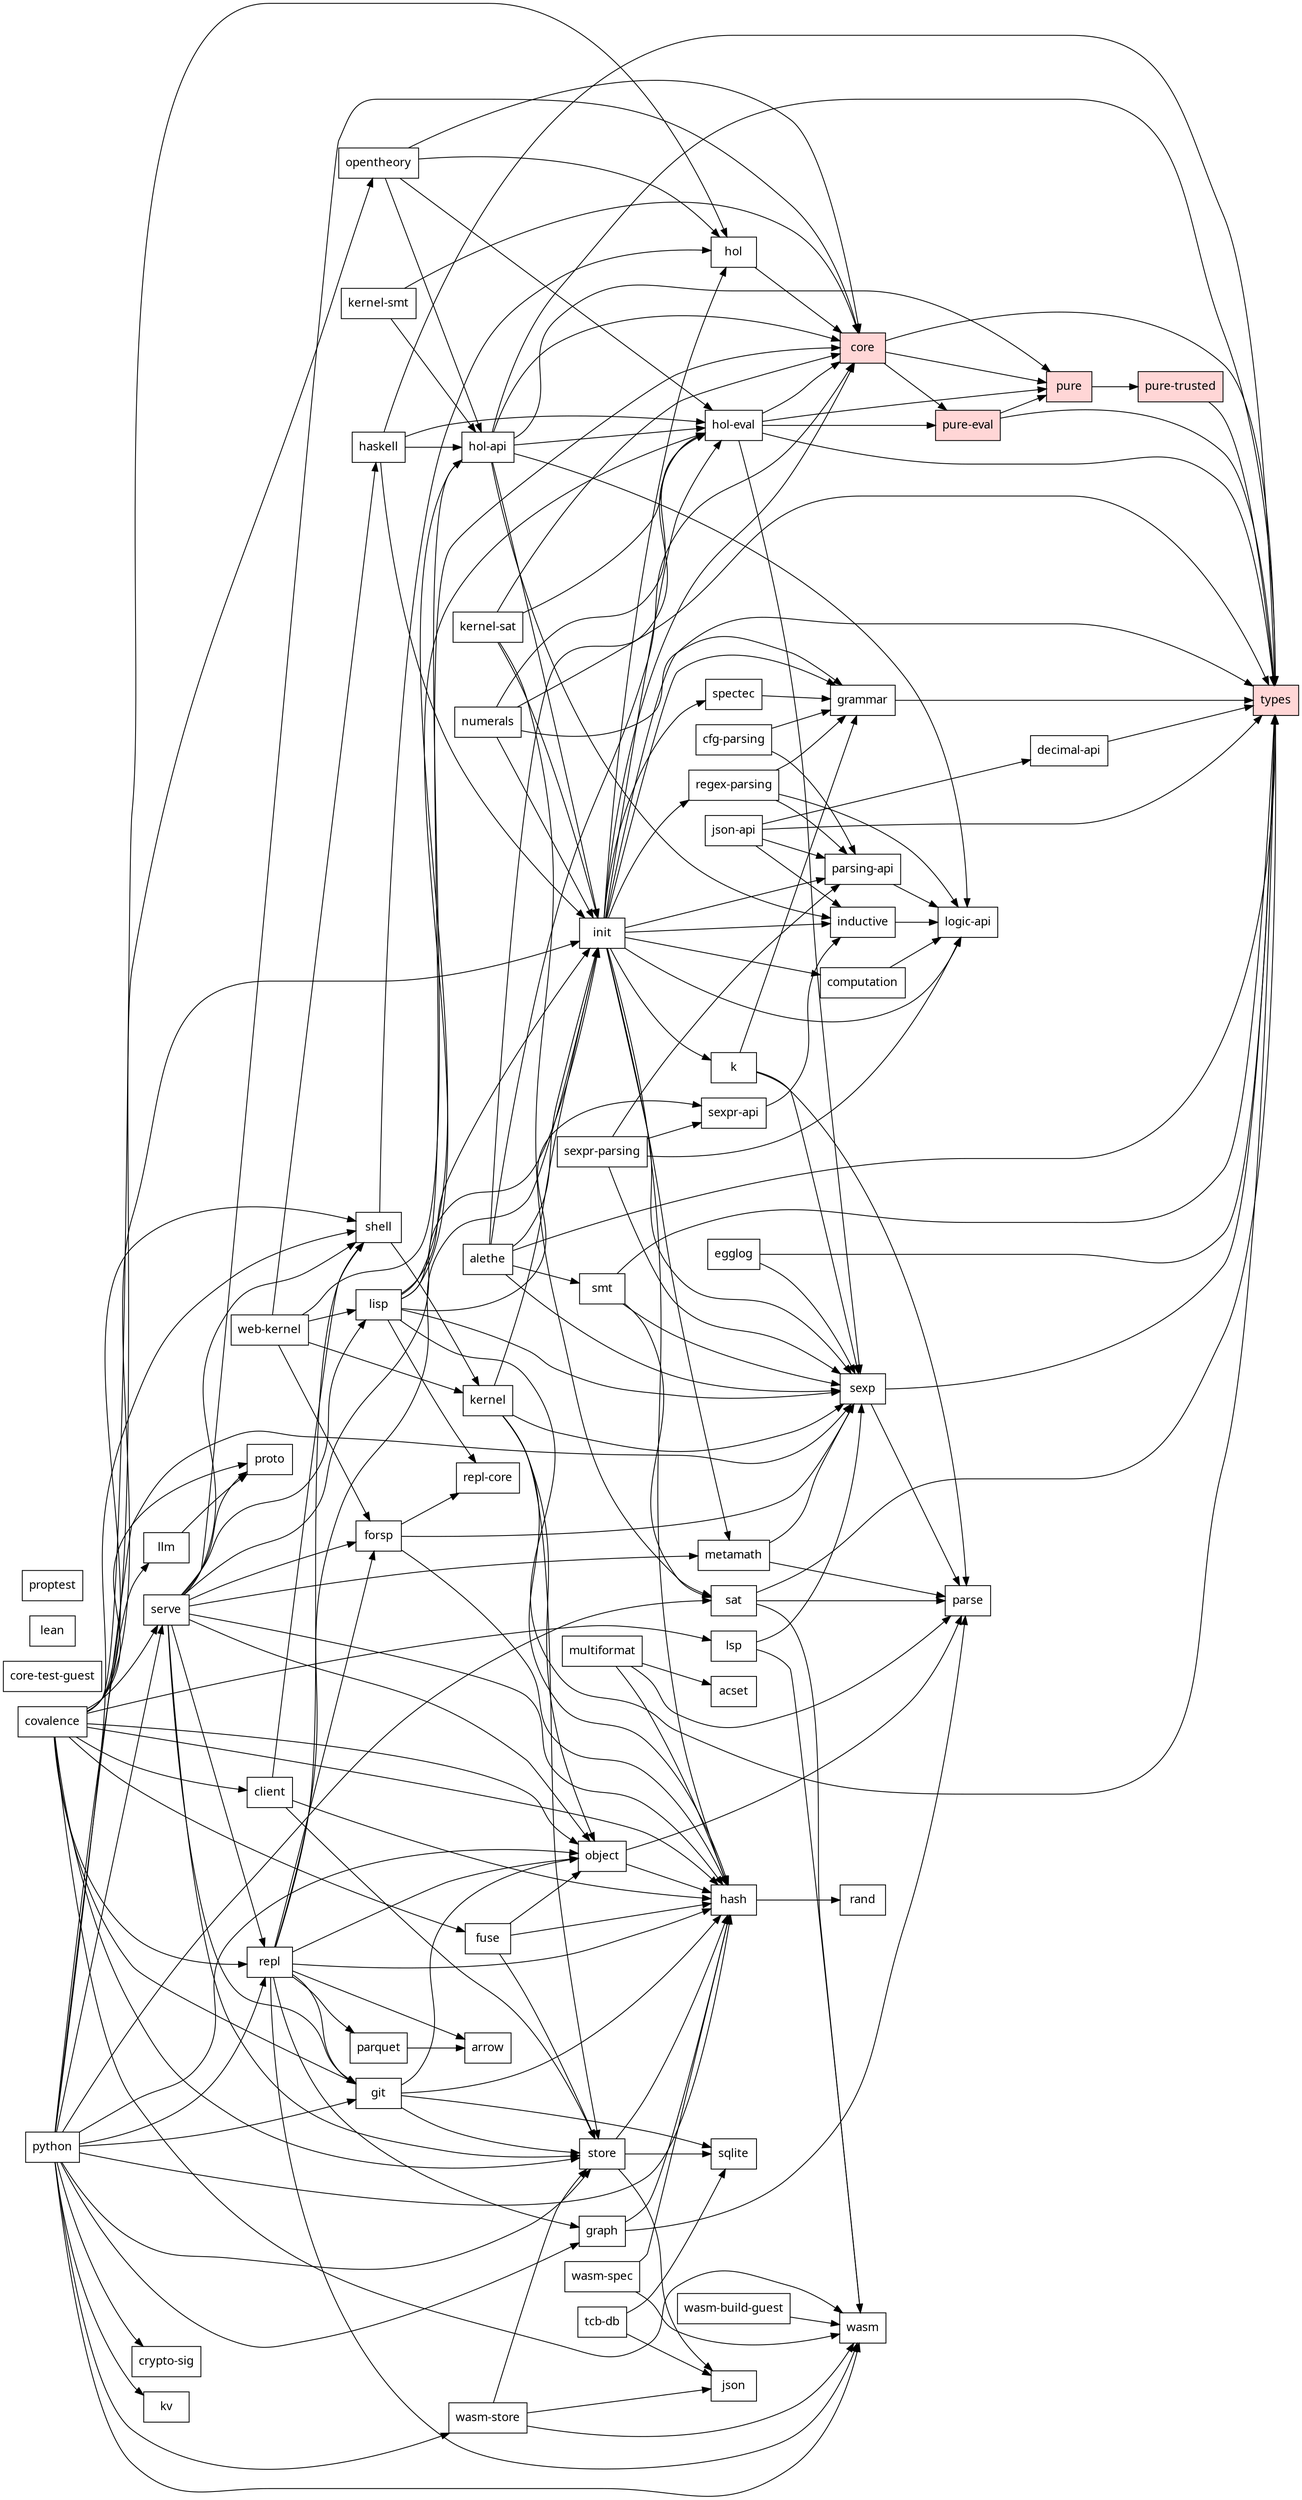
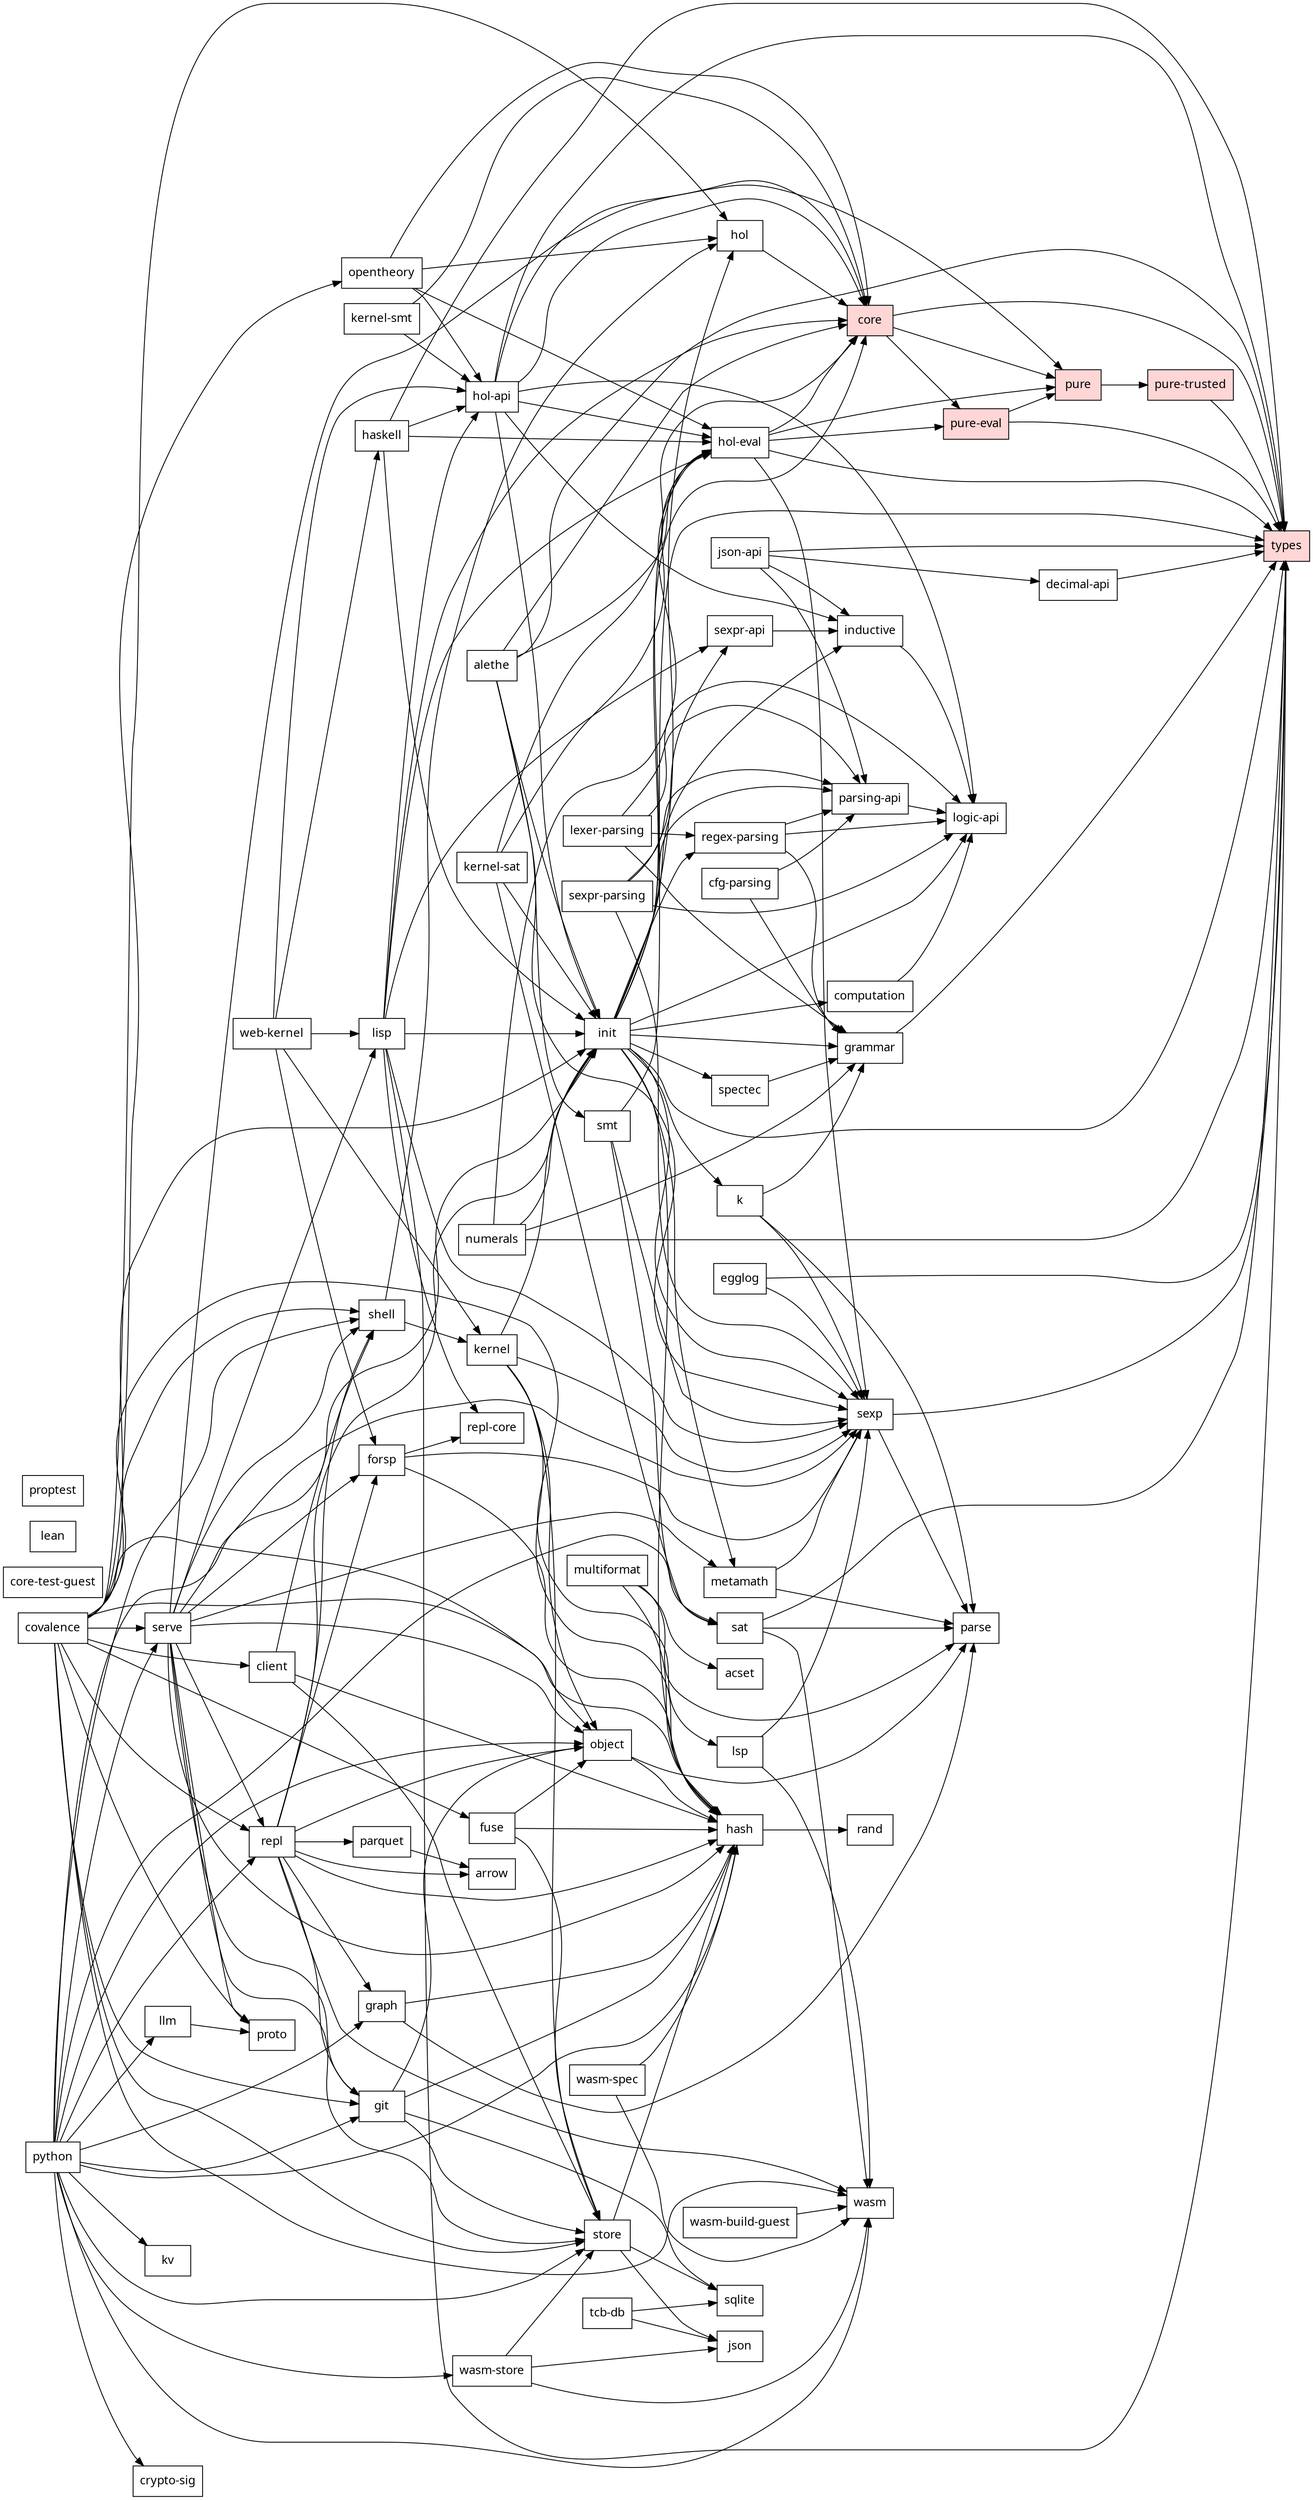
// Generated by scripts/dep-graph.mjs — do not edit (run `bun run deps`).
digraph deps {
  rankdir=LR;
  node [shape=box, fontname="sans-serif"];
  "covalence";
  "acset";
  "alethe";
  "arrow";
  "cfg-parsing";
  "client";
  "computation";
  "core" [style=filled, fillcolor="#ffd6d6"];
  "core-test-guest";
  "crypto-sig";
  "decimal-api";
  "egglog";
  "forsp";
  "fuse";
  "git";
  "grammar";
  "graph";
  "hash";
  "haskell";
  "hol";
  "hol-api";
  "hol-eval";
  "inductive";
  "init";
  "json";
  "json-api";
  "k";
  "kernel";
  "kernel-sat";
  "kernel-smt";
  "kv";
  "lean";
+   "lexer-parsing";
  "lisp";
  "llm";
  "logic-api";
  "lsp";
  "metamath";
  "multiformat";
  "numerals";
  "object";
  "opentheory";
  "parquet";
  "parse";
  "parsing-api";
  "proptest";
  "proto";
  "pure" [style=filled, fillcolor="#ffd6d6"];
  "pure-eval" [style=filled, fillcolor="#ffd6d6"];
  "pure-trusted" [style=filled, fillcolor="#ffd6d6"];
  "python";
  "rand";
  "regex-parsing";
  "repl";
  "repl-core";
  "sat";
  "serve";
  "sexp";
  "sexpr-api";
  "sexpr-parsing";
  "shell";
  "smt";
  "spectec";
  "sqlite";
  "store";
  "tcb-db";
  "types" [style=filled, fillcolor="#ffd6d6"];
  "wasm";
  "wasm-build-guest";
  "wasm-spec";
  "wasm-store";
  "web-kernel";
  "covalence" -> "client";
  "covalence" -> "fuse";
  "covalence" -> "git";
  "covalence" -> "hash";
  "covalence" -> "hol";
  "covalence" -> "init";
  "covalence" -> "lsp";
  "covalence" -> "object";
  "covalence" -> "opentheory";
  "covalence" -> "proto";
  "covalence" -> "repl";
  "covalence" -> "serve";
  "covalence" -> "shell";
  "covalence" -> "store";
  "covalence" -> "wasm";
  "alethe" -> "core";
  "alethe" -> "hol-eval";
  "alethe" -> "init";
  "alethe" -> "sexp";
  "alethe" -> "smt";
  "alethe" -> "types";
  "cfg-parsing" -> "grammar";
  "cfg-parsing" -> "parsing-api";
  "client" -> "hash";
  "client" -> "shell";
  "client" -> "store";
  "computation" -> "logic-api";
  "core" -> "pure";
  "core" -> "pure-eval";
  "core" -> "types";
  "decimal-api" -> "types";
  "egglog" -> "sexp";
  "egglog" -> "types";
  "forsp" -> "hash";
  "forsp" -> "repl-core";
  "forsp" -> "sexp";
  "fuse" -> "hash";
  "fuse" -> "object";
  "fuse" -> "store";
  "git" -> "hash";
  "git" -> "object";
  "git" -> "sqlite";
  "git" -> "store";
  "grammar" -> "types";
  "graph" -> "hash";
  "graph" -> "parse";
  "hash" -> "rand";
  "haskell" -> "hol-api";
  "haskell" -> "hol-eval";
  "haskell" -> "init";
  "haskell" -> "types";
  "hol" -> "core";
  "hol-api" -> "core";
  "hol-api" -> "hol-eval";
  "hol-api" -> "inductive";
  "hol-api" -> "init";
  "hol-api" -> "logic-api";
  "hol-api" -> "pure";
  "hol-api" -> "types";
  "hol-eval" -> "core";
  "hol-eval" -> "pure";
  "hol-eval" -> "pure-eval";
  "hol-eval" -> "sexp";
  "hol-eval" -> "types";
  "inductive" -> "logic-api";
  "init" -> "computation";
  "init" -> "core";
  "init" -> "grammar";
  "init" -> "hash";
  "init" -> "hol";
  "init" -> "hol-eval";
  "init" -> "inductive";
  "init" -> "k";
  "init" -> "logic-api";
  "init" -> "metamath";
  "init" -> "parsing-api";
  "init" -> "regex-parsing";
  "init" -> "sexp";
  "init" -> "spectec";
  "init" -> "types";
  "json-api" -> "decimal-api";
  "json-api" -> "inductive";
  "json-api" -> "parsing-api";
  "json-api" -> "types";
  "k" -> "grammar";
  "k" -> "parse";
  "k" -> "sexp";
  "kernel" -> "hash";
  "kernel" -> "init";
  "kernel" -> "object";
  "kernel" -> "sexp";
  "kernel" -> "store";
  "kernel-sat" -> "core";
  "kernel-sat" -> "hol-eval";
  "kernel-sat" -> "init";
  "kernel-sat" -> "sat";
  "kernel-smt" -> "core";
  "kernel-smt" -> "hol-api";
+   "lexer-parsing" -> "grammar";
+   "lexer-parsing" -> "logic-api";
+   "lexer-parsing" -> "parsing-api";
+   "lexer-parsing" -> "regex-parsing";
  "lisp" -> "core";
  "lisp" -> "hol-api";
  "lisp" -> "hol-eval";
  "lisp" -> "init";
  "lisp" -> "repl-core";
  "lisp" -> "sexp";
  "lisp" -> "sexpr-api";
  "lisp" -> "types";
  "llm" -> "proto";
  "lsp" -> "sexp";
  "lsp" -> "wasm";
  "metamath" -> "parse";
  "metamath" -> "sexp";
  "multiformat" -> "acset";
  "multiformat" -> "hash";
  "multiformat" -> "parse";
  "numerals" -> "grammar";
  "numerals" -> "hol-eval";
  "numerals" -> "init";
  "numerals" -> "types";
  "object" -> "hash";
  "object" -> "parse";
  "opentheory" -> "core";
  "opentheory" -> "hol";
  "opentheory" -> "hol-api";
  "opentheory" -> "hol-eval";
  "parquet" -> "arrow";
  "parsing-api" -> "logic-api";
  "pure" -> "pure-trusted";
  "pure-eval" -> "pure";
  "pure-eval" -> "types";
  "pure-trusted" -> "types";
  "python" -> "crypto-sig";
  "python" -> "git";
  "python" -> "graph";
  "python" -> "hash";
  "python" -> "kv";
  "python" -> "llm";
  "python" -> "object";
  "python" -> "repl";
  "python" -> "sat";
  "python" -> "serve";
  "python" -> "sexp";
  "python" -> "shell";
  "python" -> "store";
  "python" -> "wasm";
  "python" -> "wasm-store";
  "regex-parsing" -> "grammar";
  "regex-parsing" -> "logic-api";
  "regex-parsing" -> "parsing-api";
  "repl" -> "arrow";
  "repl" -> "forsp";
  "repl" -> "git";
  "repl" -> "graph";
  "repl" -> "hash";
  "repl" -> "init";
  "repl" -> "object";
  "repl" -> "parquet";
  "repl" -> "shell";
  "repl" -> "wasm";
  "sat" -> "parse";
  "sat" -> "types";
  "sat" -> "wasm";
  "serve" -> "core";
  "serve" -> "forsp";
  "serve" -> "git";
  "serve" -> "hash";
  "serve" -> "init";
  "serve" -> "lisp";
  "serve" -> "metamath";
  "serve" -> "object";
  "serve" -> "proto";
  "serve" -> "repl";
  "serve" -> "shell";
  "serve" -> "store";
  "sexp" -> "parse";
  "sexp" -> "types";
  "sexpr-api" -> "inductive";
  "sexpr-parsing" -> "logic-api";
  "sexpr-parsing" -> "parsing-api";
  "sexpr-parsing" -> "sexp";
  "sexpr-parsing" -> "sexpr-api";
  "shell" -> "hol";
  "shell" -> "kernel";
  "smt" -> "sat";
  "smt" -> "sexp";
  "smt" -> "types";
  "spectec" -> "grammar";
  "store" -> "hash";
  "store" -> "json";
  "store" -> "sqlite";
  "tcb-db" -> "json";
  "tcb-db" -> "sqlite";
  "wasm-build-guest" -> "wasm";
  "wasm-spec" -> "hash";
  "wasm-spec" -> "wasm";
  "wasm-store" -> "json";
  "wasm-store" -> "store";
  "wasm-store" -> "wasm";
  "web-kernel" -> "forsp";
  "web-kernel" -> "haskell";
  "web-kernel" -> "hol-api";
  "web-kernel" -> "kernel";
  "web-kernel" -> "lisp";
}
